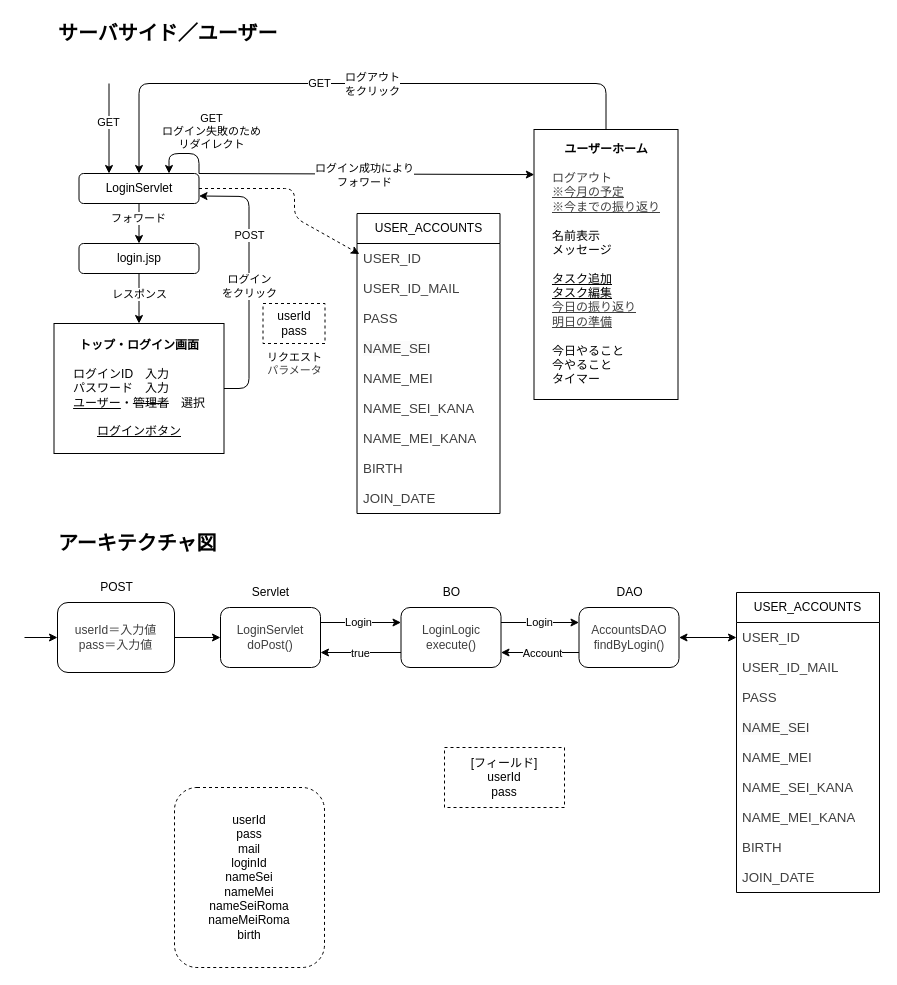
ooese/FocusStep keeps this draw.io diagram as page "ログイン" (3 of 6) of 遷移図/Whole.drawio. Above is the earlier version. Source tidied: cells renumbered, new cells numbered last; positions are measured from the earlier drawing's top-left corner, leaving out a move shared by most shapes. Both pictures are drawn from the tidied source at 100%, with x=0, y=0 at pixel (24, 17).
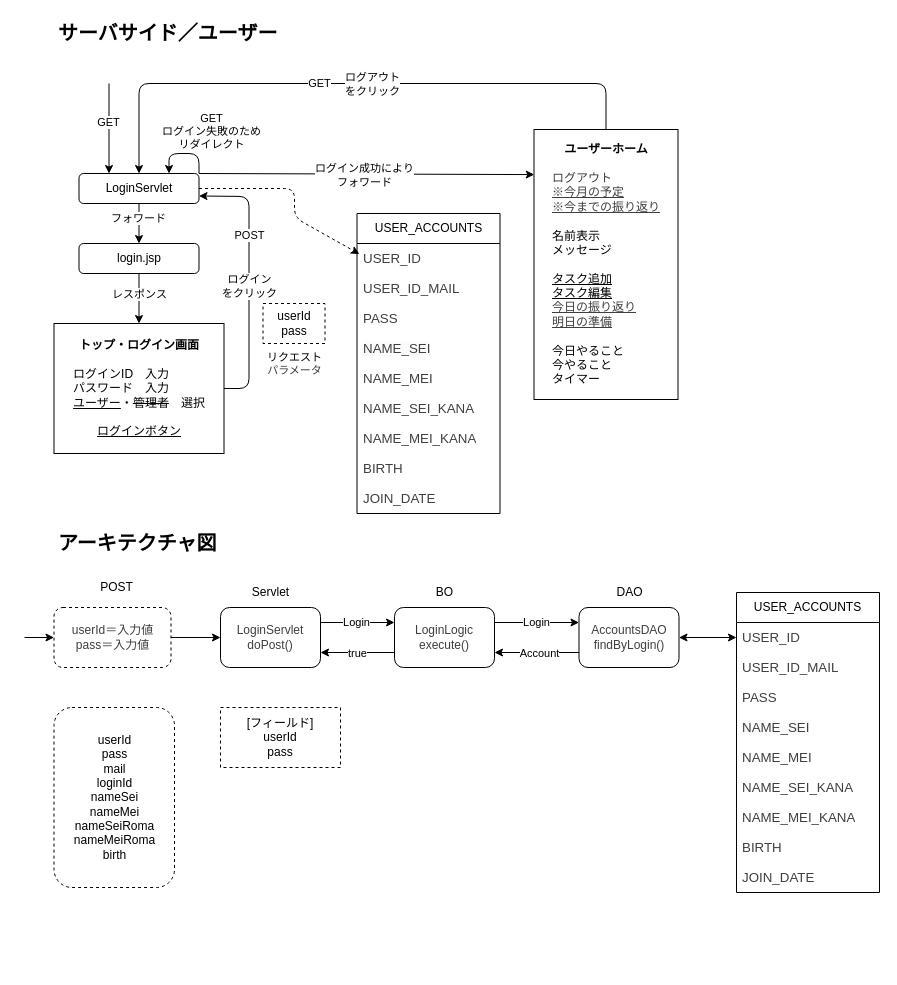
The same diagram, later.

What changed in the source:
```diff
@@
-    <mxCell id="8" value="&lt;div style=&quot;color: rgb(63, 63, 63); scrollbar-color: rgb(226, 226, 226) rgb(251, 251, 251);&quot;&gt;&lt;span style=&quot;color: rgb(63, 63, 63); background-color: transparent;&quot;&gt;userId＝入力値&lt;/span&gt;&lt;/div&gt;&lt;div style=&quot;color: rgb(63, 63, 63); scrollbar-color: rgb(226, 226, 226) rgb(251, 251, 251);&quot;&gt;&lt;font&gt;pass＝入力値&lt;/font&gt;&lt;/div&gt;" style="rounded=1;whiteSpace=wrap;html=1;" parent="1" vertex="1">
-      <mxGeometry x="33" y="585" width="117" height="70" as="geometry" />
+    <mxCell id="8" value="&lt;div style=&quot;color: rgb(63, 63, 63); scrollbar-color: rgb(226, 226, 226) rgb(251, 251, 251);&quot;&gt;&lt;span style=&quot;color: rgb(63, 63, 63); background-color: transparent;&quot;&gt;userId＝入力値&lt;/span&gt;&lt;/div&gt;&lt;div style=&quot;color: rgb(63, 63, 63); scrollbar-color: rgb(226, 226, 226) rgb(251, 251, 251);&quot;&gt;&lt;font&gt;pass＝入力値&lt;/font&gt;&lt;/div&gt;" style="rounded=1;whiteSpace=wrap;html=1;dashed=1;" parent="1" vertex="1">
+      <mxGeometry x="29.5" y="590" width="117" height="60" as="geometry" />
     </mxCell>
@@
     <mxCell id="13" value="&lt;div style=&quot;color: rgb(63, 63, 63); scrollbar-color: rgb(226, 226, 226) rgb(251, 251, 251);&quot;&gt;&lt;font&gt;LoginLogic&lt;/font&gt;&lt;/div&gt;&lt;div style=&quot;color: rgb(63, 63, 63); scrollbar-color: rgb(226, 226, 226) rgb(251, 251, 251);&quot;&gt;&lt;font&gt;execute()&lt;/font&gt;&lt;/div&gt;" style="rounded=1;whiteSpace=wrap;html=1;" parent="1" vertex="1">
-      <mxGeometry x="376.5" y="590" width="100" height="60" as="geometry" />
+      <mxGeometry x="370" y="590" width="100" height="60" as="geometry" />
     </mxCell>
@@
     <mxCell id="62" value="BO" style="text;html=1;align=center;verticalAlign=middle;strokeColor=none;fillColor=none;" parent="1" vertex="1">
-      <mxGeometry x="406.5" y="560" width="40" height="30" as="geometry" />
+      <mxGeometry x="400" y="560" width="40" height="30" as="geometry" />
     </mxCell>
@@
     <mxCell id="69" value="[フィールド]&lt;div&gt;userId&lt;/div&gt;&lt;div&gt;pass&lt;/div&gt;" style="rounded=0;whiteSpace=wrap;html=1;dashed=1;" parent="1" vertex="1">
-      <mxGeometry x="420" y="730" width="120" height="60" as="geometry" />
+      <mxGeometry x="196" y="690" width="120" height="60" as="geometry" />
     </mxCell>
     <mxCell id="70" value="userId&lt;div&gt;pass&lt;/div&gt;&lt;div&gt;mail&lt;/div&gt;&lt;div&gt;loginId&lt;/div&gt;&lt;div&gt;nameSei&lt;/div&gt;&lt;div&gt;nameMei&lt;/div&gt;&lt;div&gt;nameSeiRoma&lt;/div&gt;&lt;div&gt;nameMeiRoma&lt;/div&gt;&lt;div&gt;birth&lt;/div&gt;" style="rounded=1;whiteSpace=wrap;html=1;dashed=1;" parent="1" vertex="1">
-      <mxGeometry x="150" y="770" width="150" height="180" as="geometry" />
+      <mxGeometry x="29.5" y="690" width="120.5" height="180" as="geometry" />
     </mxCell>
```
